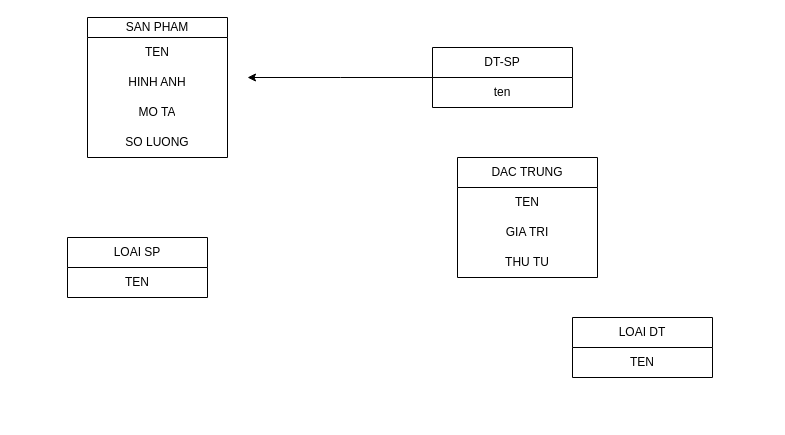
Before: sanpham.drawio in frozenproof/dactaphanmem, a draw.io diagram. Source tidied: cells renumbered, new cells numbered last; positions are measured from the earlier drawing's top-left corner, leaving out a move shared by most shapes. Both pictures are drawn from the tidied source at 100%, with x=0, y=0 at pixel (67, 17).
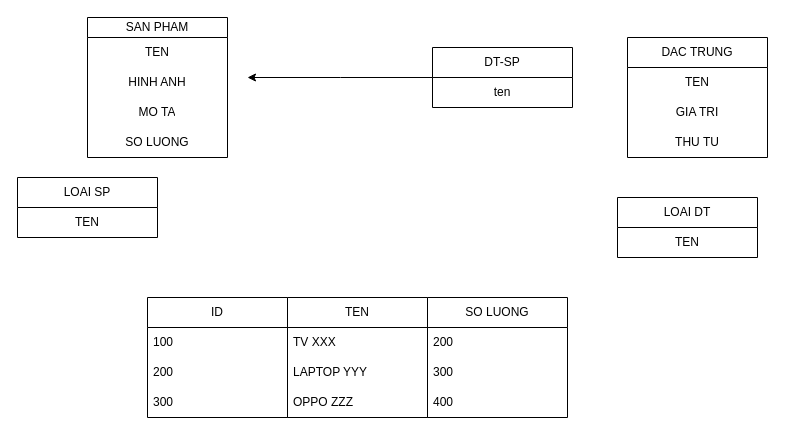
The same page after the edit.

The edit, as a diff of the source:
```diff
@@
     <mxCell id="5" value="LOAI SP" style="swimlane;fontStyle=0;horizontal=1;startSize=30;whiteSpace=wrap;html=1;align=center;" parent="1" vertex="1">
-      <mxGeometry y="220" width="140" height="60" as="geometry" />
+      <mxGeometry x="-50" y="160" width="140" height="60" as="geometry" />
     </mxCell>
@@
     <mxCell id="7" value="DAC TRUNG" style="swimlane;fontStyle=0;horizontal=1;startSize=30;whiteSpace=wrap;html=1;align=center;" parent="1" vertex="1">
-      <mxGeometry x="390" y="140" width="140" height="120" as="geometry" />
+      <mxGeometry x="560" y="20" width="140" height="120" as="geometry" />
     </mxCell>
@@
     <mxCell id="11" value="LOAI DT" style="swimlane;fontStyle=0;horizontal=1;startSize=30;whiteSpace=wrap;html=1;align=center;" parent="1" vertex="1">
-      <mxGeometry x="505" y="300" width="140" height="60" as="geometry" />
+      <mxGeometry x="550" y="180" width="140" height="60" as="geometry" />
     </mxCell>
@@
+    <mxCell id="18" value="ID" style="swimlane;fontStyle=0;horizontal=1;startSize=30;whiteSpace=wrap;html=1;" parent="1" vertex="1">
+      <mxGeometry x="80" y="280" width="140" height="120" as="geometry" />
+    </mxCell>
+    <mxCell id="19" value="100" style="text;strokeColor=none;fillColor=none;align=left;verticalAlign=middle;spacingLeft=4;spacingRight=4;overflow=hidden;whiteSpace=wrap;html=1;" parent="18" vertex="1">
+      <mxGeometry y="30" width="140" height="30" as="geometry" />
+    </mxCell>
+    <mxCell id="20" value="200" style="text;strokeColor=none;fillColor=none;align=left;verticalAlign=middle;spacingLeft=4;spacingRight=4;overflow=hidden;whiteSpace=wrap;html=1;" parent="18" vertex="1">
+      <mxGeometry y="60" width="140" height="30" as="geometry" />
+    </mxCell>
+    <mxCell id="21" value="300" style="text;strokeColor=none;fillColor=none;align=left;verticalAlign=middle;spacingLeft=4;spacingRight=4;overflow=hidden;whiteSpace=wrap;html=1;" parent="18" vertex="1">
+      <mxGeometry y="90" width="140" height="30" as="geometry" />
+    </mxCell>
+    <mxCell id="22" value="TEN" style="swimlane;fontStyle=0;horizontal=1;startSize=30;whiteSpace=wrap;html=1;" parent="1" vertex="1">
+      <mxGeometry x="220" y="280" width="140" height="120" as="geometry" />
+    </mxCell>
+    <mxCell id="23" value="TV XXX" style="text;strokeColor=none;fillColor=none;align=left;verticalAlign=middle;spacingLeft=4;spacingRight=4;overflow=hidden;whiteSpace=wrap;html=1;" parent="22" vertex="1">
+      <mxGeometry y="30" width="140" height="30" as="geometry" />
+    </mxCell>
+    <mxCell id="24" value="LAPTOP YYY" style="text;strokeColor=none;fillColor=none;align=left;verticalAlign=middle;spacingLeft=4;spacingRight=4;overflow=hidden;whiteSpace=wrap;html=1;" parent="22" vertex="1">
+      <mxGeometry y="60" width="140" height="30" as="geometry" />
+    </mxCell>
+    <mxCell id="25" value="OPPO ZZZ" style="text;strokeColor=none;fillColor=none;align=left;verticalAlign=middle;spacingLeft=4;spacingRight=4;overflow=hidden;whiteSpace=wrap;html=1;" parent="22" vertex="1">
+      <mxGeometry y="90" width="140" height="30" as="geometry" />
+    </mxCell>
+    <mxCell id="26" value="SO LUONG" style="swimlane;fontStyle=0;horizontal=1;startSize=30;whiteSpace=wrap;html=1;" parent="1" vertex="1">
+      <mxGeometry x="360" y="280" width="140" height="120" as="geometry" />
+    </mxCell>
+    <mxCell id="27" value="200" style="text;strokeColor=none;fillColor=none;align=left;verticalAlign=middle;spacingLeft=4;spacingRight=4;overflow=hidden;whiteSpace=wrap;html=1;" parent="26" vertex="1">
+      <mxGeometry y="30" width="140" height="30" as="geometry" />
+    </mxCell>
+    <mxCell id="28" value="300" style="text;strokeColor=none;fillColor=none;align=left;verticalAlign=middle;spacingLeft=4;spacingRight=4;overflow=hidden;whiteSpace=wrap;html=1;" parent="26" vertex="1">
+      <mxGeometry y="60" width="140" height="30" as="geometry" />
+    </mxCell>
+    <mxCell id="29" value="400" style="text;strokeColor=none;fillColor=none;align=left;verticalAlign=middle;spacingLeft=4;spacingRight=4;overflow=hidden;whiteSpace=wrap;html=1;" parent="26" vertex="1">
+      <mxGeometry y="90" width="140" height="30" as="geometry" />
+    </mxCell>
```
